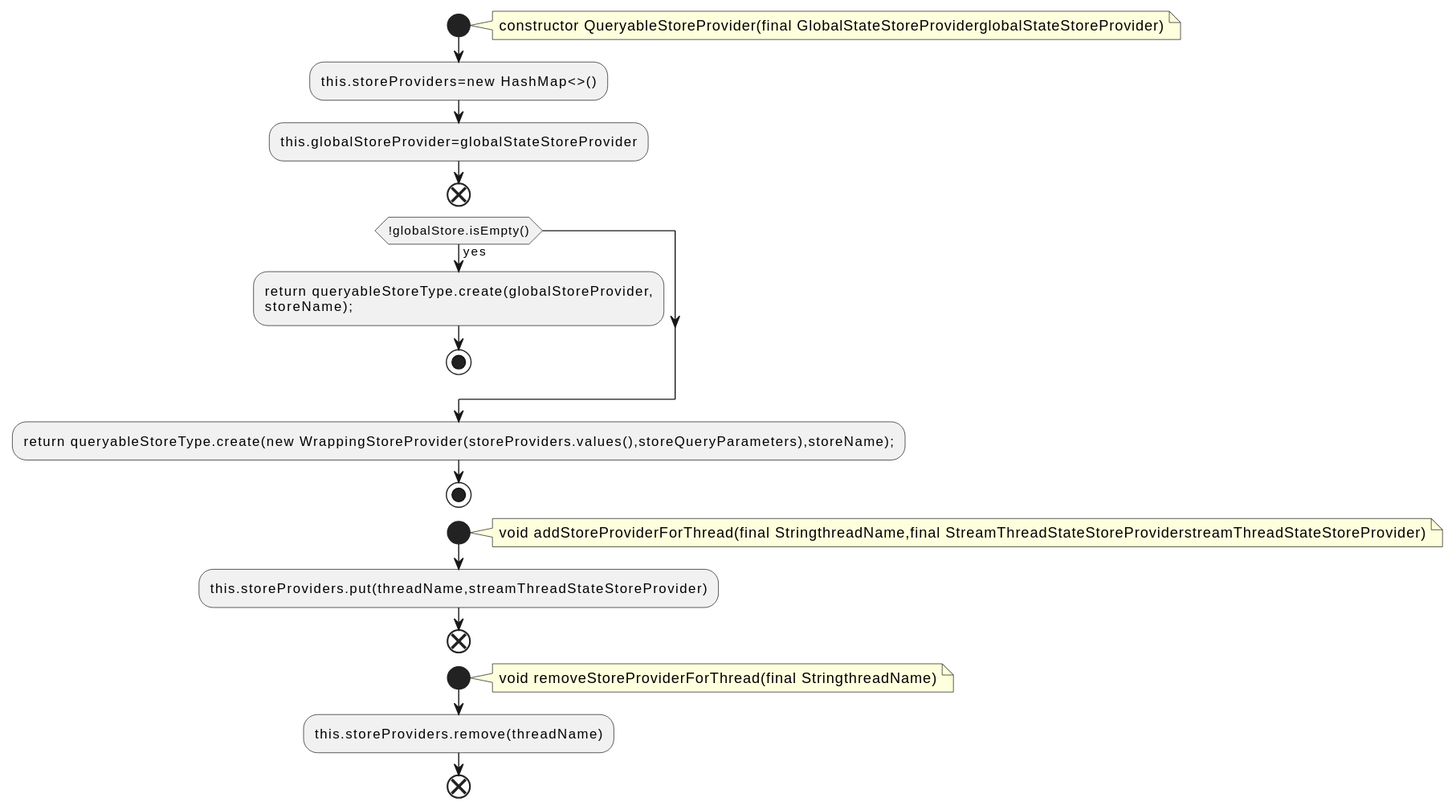
qualitesys/kafka keeps this PlantUML diagram as docs/qc/streams/src/main/java/org/apache/kafka/streams/state/internals/QueryableStoreProvider.java.fct.svg. Above is the earlier version.
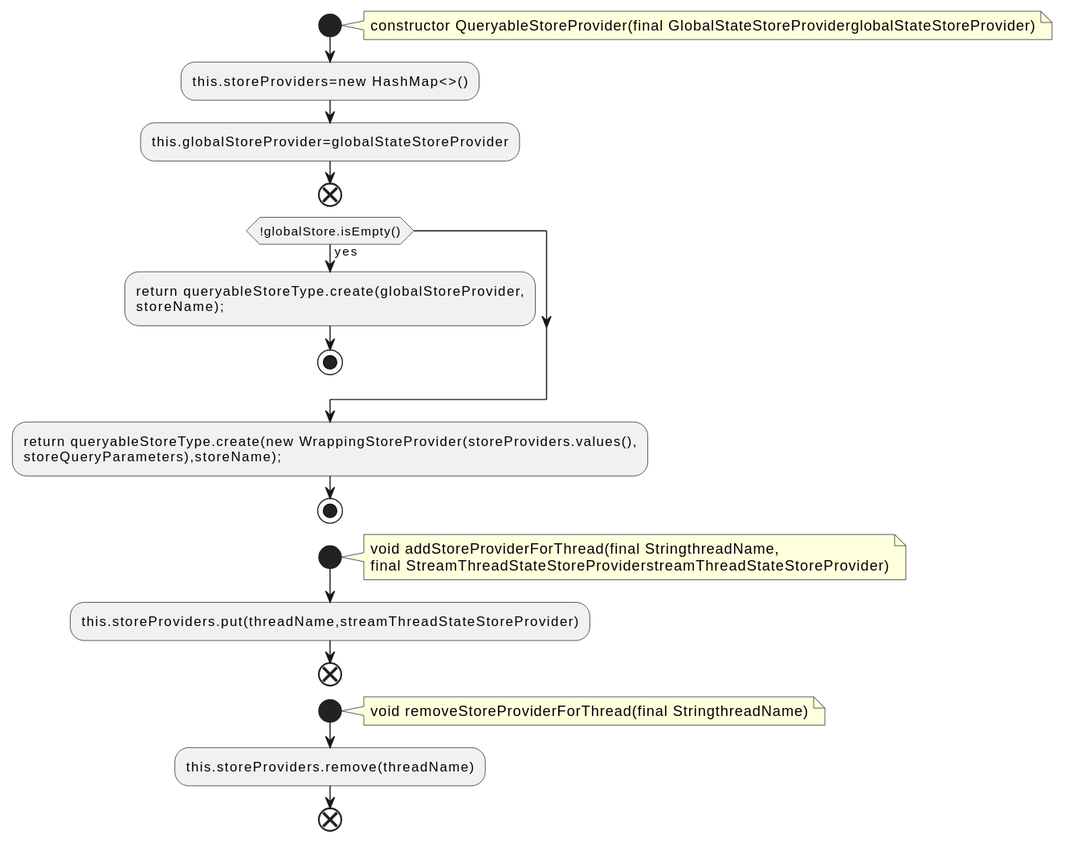
The same diagram one commit later.

What changed in the source:
```diff
@@ -12,11 +12,13 @@
 storeName);;
 stop
 endif
-:return queryableStoreType.create(new WrappingStoreProvider(storeProviders.values(),storeQueryParameters),storeName);;
+:return queryableStoreType.create(new WrappingStoreProvider(storeProviders.values(),
+storeQueryParameters),storeName);;
 stop
 start
 note right
-void addStoreProviderForThread(final StringthreadName,final StreamThreadStateStoreProviderstreamThreadStateStoreProvider)
+void addStoreProviderForThread(final StringthreadName,
+final StreamThreadStateStoreProviderstreamThreadStateStoreProvider)
 end note
 :this.storeProviders.put(threadName,streamThreadStateStoreProvider);
 end
```
